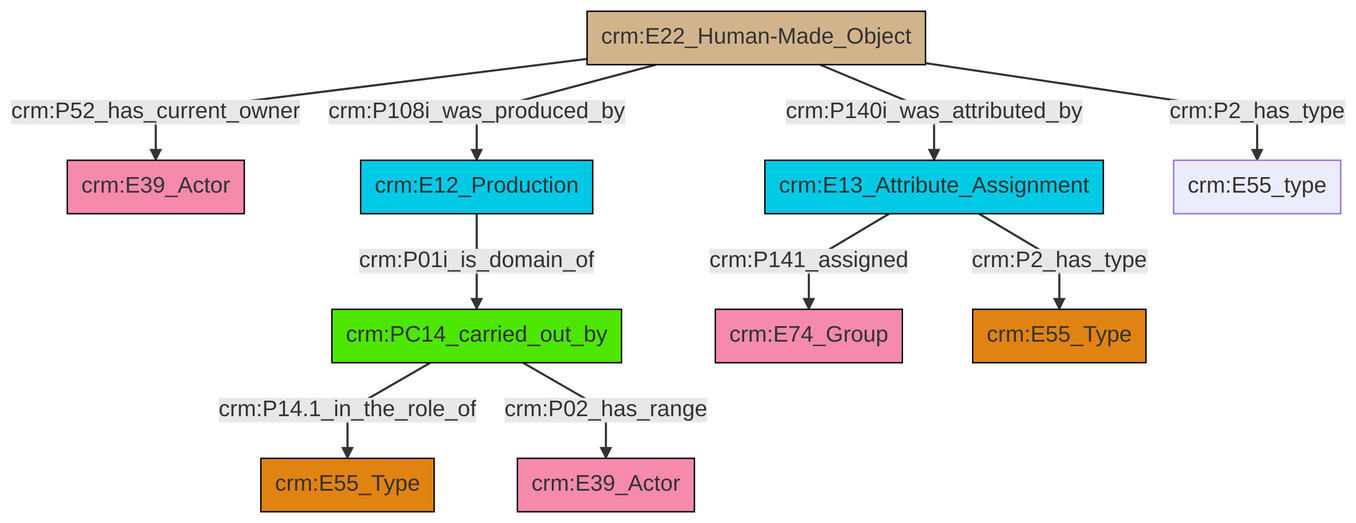
This is et/builtWorkCSV/ttl/mmd/png/Built_Work_actor_relations.png from swiss-art-research-net/reference-data-models, a Mermaid export, as it was before one commit. Its source is kept beside it as et/builtWorkCSV/ttl/mmd/Built_Work_actor_relations.ttl.mmd.
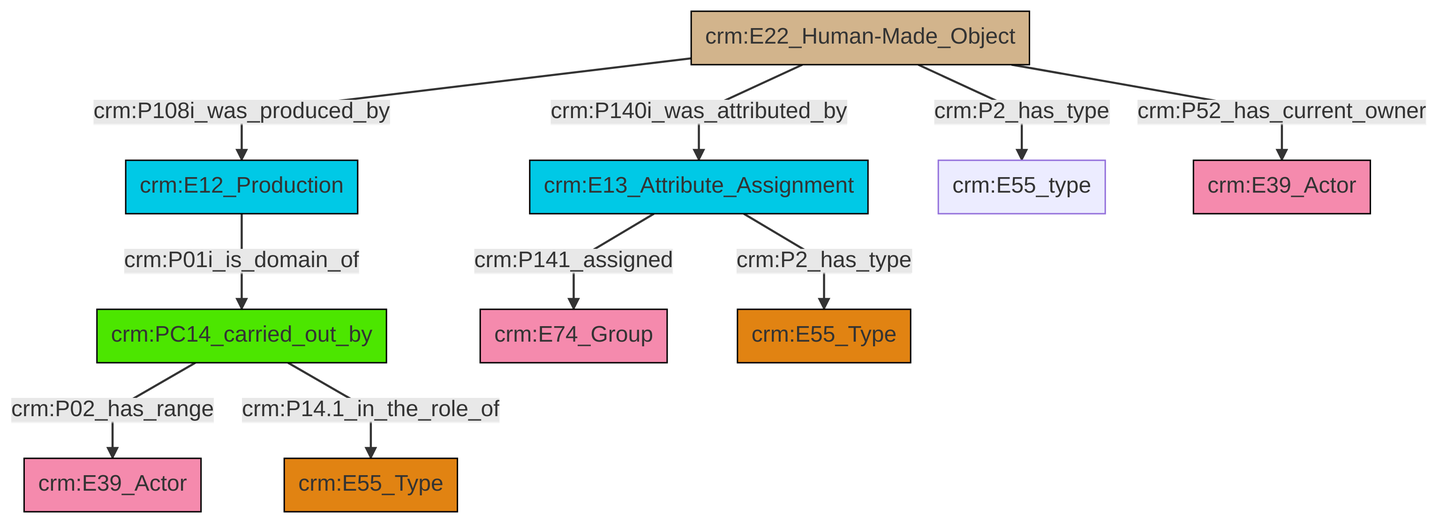
Later version of the same file.

Diff of the diagram source:
```diff
@@ -13,12 +13,12 @@
 classDef PC_Classes fill:#4ce600, stroke:#000000;
 classDef Multi fill:#cccccc,stroke:#000000;
 
-2["crm:E12_Production"]:::Temporal_Entity -->|crm:P01i_is_domain_of| 3["crm:PC14_carried_out_by"]:::PC_Classes
-6["crm:E22_Human-Made_Object"]:::Physical_Thing -->|crm:P52_has_current_owner| 0["crm:E39_Actor"]:::Actor
-7["crm:E13_Attribute_Assignment"]:::Temporal_Entity -->|crm:P2_has_type| 8["crm:E55_Type"]:::Type
-6["crm:E22_Human-Made_Object"]:::Physical_Thing -->|crm:P108i_was_produced_by| 2["crm:E12_Production"]:::Temporal_Entity
-6["crm:E22_Human-Made_Object"]:::Physical_Thing -->|crm:P2_has_type| 15["crm:E55_type"]:::Default
-3["crm:PC14_carried_out_by"]:::PC_Classes -->|crm:P14.1_in_the_role_of| 11["crm:E55_Type"]:::Type
-3["crm:PC14_carried_out_by"]:::PC_Classes -->|crm:P02_has_range| 13["crm:E39_Actor"]:::Actor
-7["crm:E13_Attribute_Assignment"]:::Temporal_Entity -->|crm:P141_assigned| 4["crm:E74_Group"]:::Actor
-6["crm:E22_Human-Made_Object"]:::Physical_Thing -->|crm:P140i_was_attributed_by| 7["crm:E13_Attribute_Assignment"]:::Temporal_Entity
+0["crm:E12_Production"]:::Temporal_Entity -->|crm:P01i_is_domain_of| 1["crm:PC14_carried_out_by"]:::PC_Classes
+1["crm:PC14_carried_out_by"]:::PC_Classes -->|crm:P02_has_range| 4["crm:E39_Actor"]:::Actor
+13["crm:E13_Attribute_Assignment"]:::Temporal_Entity -->|crm:P2_has_type| 10["crm:E55_Type"]:::Type
+13["crm:E13_Attribute_Assignment"]:::Temporal_Entity -->|crm:P141_assigned| 7["crm:E74_Group"]:::Actor
+2["crm:E22_Human-Made_Object"]:::Physical_Thing -->|crm:P2_has_type| 14["crm:E55_type"]:::Default
+2["crm:E22_Human-Made_Object"]:::Physical_Thing -->|crm:P52_has_current_owner| 15["crm:E39_Actor"]:::Actor
+1["crm:PC14_carried_out_by"]:::PC_Classes -->|crm:P14.1_in_the_role_of| 5["crm:E55_Type"]:::Type
+2["crm:E22_Human-Made_Object"]:::Physical_Thing -->|crm:P108i_was_produced_by| 0["crm:E12_Production"]:::Temporal_Entity
+2["crm:E22_Human-Made_Object"]:::Physical_Thing -->|crm:P140i_was_attributed_by| 13["crm:E13_Attribute_Assignment"]:::Temporal_Entity
```
